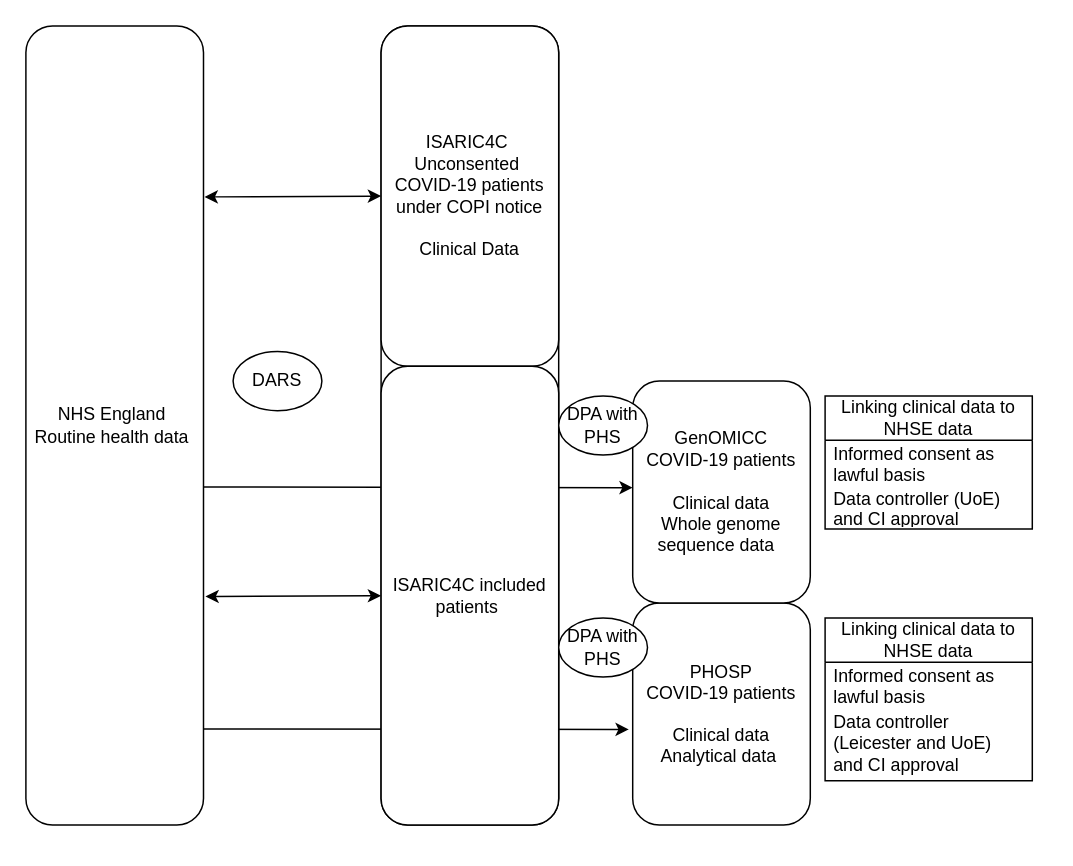
The draw.io diagram images/spine/NHSE.drawio in odap-ac-uk/manual, before the edit. Source tidied: cells renumbered, new cells numbered last; positions are measured from the earlier drawing's top-left corner, leaving out a move shared by most shapes. Both pictures are drawn from the tidied source at 148%, with x=0, y=0 at pixel (25, 25).
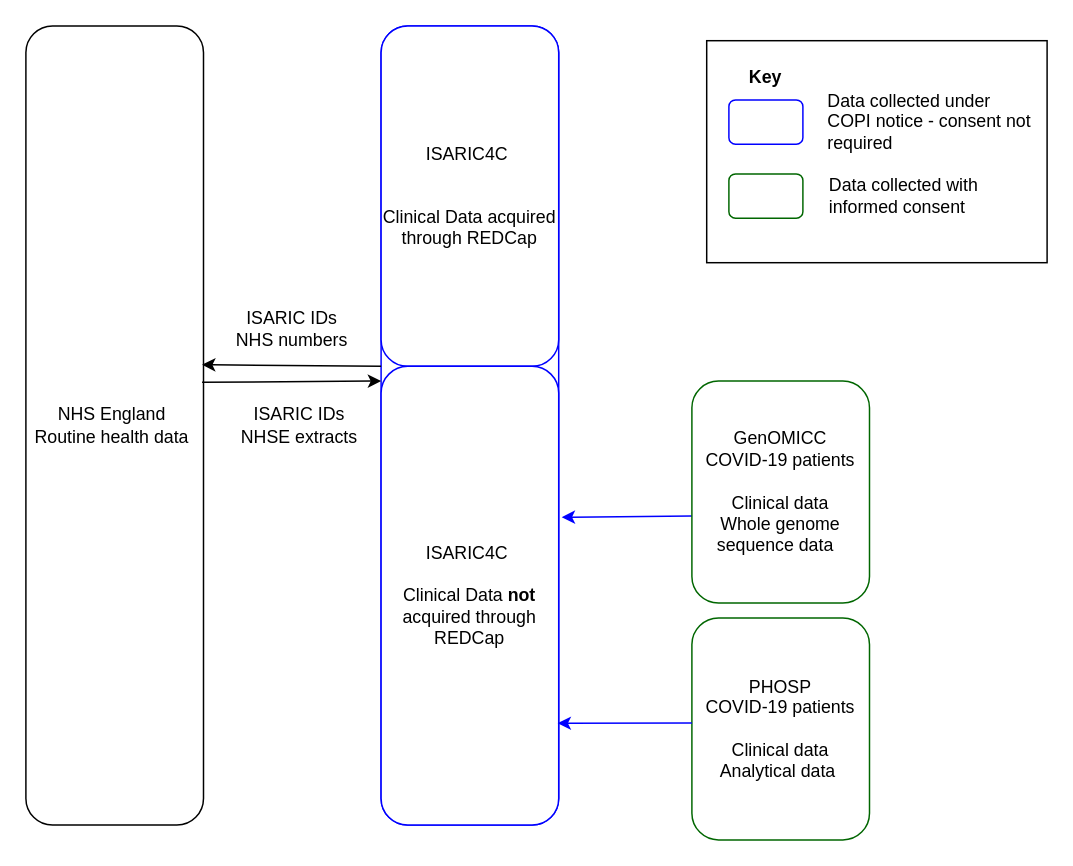
Above is the later version.

Commit message (it also covers changes not shown here):
amended nhse and added detailed data flow

The change refers to these unchanged cells:
```xml
<mxCell id="8" value="NHS England&amp;nbsp;&lt;br&gt;Routine health data&amp;nbsp;" style="rounded=1;whiteSpace=wrap;html=1;" parent="1" vertex="1">
  <mxGeometry width="120" height="540" as="geometry" />
</mxCell>
```

What changed in the source:
```diff
@@
-    <mxCell id="2" style="endArrow=classic;html=1;rounded=0;entryX=-0.022;entryY=0.569;entryDx=0;entryDy=0;entryPerimeter=0;" parent="1" edge="1" target="5">
-      <mxGeometry relative="1" as="geometry">
-        <mxPoint x="120" y="475" as="sourcePoint" />
-      </mxGeometry>
-    </mxCell>
-    <mxCell id="3" style="endArrow=classic;html=1;rounded=0;exitX=1;exitY=0.577;exitDx=0;exitDy=0;exitPerimeter=0;" parent="1" edge="1" source="8">
-      <mxGeometry relative="1" as="geometry">
-        <mxPoint x="410" y="312" as="targetPoint" />
-      </mxGeometry>
-    </mxCell>
+    <mxCell id="21" style="endArrow=classic;html=1;rounded=0;entryX=1.017;entryY=0.329;entryDx=0;entryDy=0;entryPerimeter=0;fontColor=#0000FF;strokeColor=#0000FF;" parent="1" edge="1" target="9">
+      <mxGeometry relative="1" as="geometry">
+        <mxPoint x="560" y="330" as="sourcePoint" />
+      </mxGeometry>
+    </mxCell>
-    <mxCell id="4" style="rounded=1;whiteSpace=wrap;html=1;" parent="1" vertex="1">
+    <mxCell id="4" style="rounded=1;whiteSpace=wrap;html=1;strokeColor=#0000FF;" parent="1" vertex="1">
       <mxGeometry x="240" width="120" height="540" as="geometry" />
     </mxCell>
-    <mxCell id="5" value="PHOSP &lt;br&gt;COVID-19 patients&lt;br&gt;&lt;br&gt;Clinical data&lt;br&gt;Analytical data&amp;nbsp;" style="rounded=1;whiteSpace=wrap;html=1;" parent="1" vertex="1">
-      <mxGeometry x="410" y="390" width="120" height="150" as="geometry" />
+    <mxCell id="5" value="PHOSP &lt;br&gt;COVID-19 patients&lt;br&gt;&lt;br&gt;Clinical data&lt;br&gt;Analytical data&amp;nbsp;" style="rounded=1;whiteSpace=wrap;html=1;fontColor=#000000;strokeColor=#006600;" parent="1" vertex="1">
+      <mxGeometry x="450" y="400" width="120" height="150" as="geometry" />
     </mxCell>
-    <mxCell id="6" value="GenOMICC &lt;br&gt;COVID-19 patients&lt;br&gt;&lt;br&gt;Clinical data&lt;br&gt;Whole genome sequence data&amp;nbsp;&amp;nbsp;" style="rounded=1;whiteSpace=wrap;html=1;" parent="1" vertex="1">
-      <mxGeometry x="410" y="240" width="120" height="150" as="geometry" />
+    <mxCell id="6" value="GenOMICC &lt;br&gt;COVID-19 patients&lt;br&gt;&lt;br&gt;Clinical data&lt;br&gt;Whole genome sequence data&amp;nbsp;&amp;nbsp;" style="rounded=1;whiteSpace=wrap;html=1;fontColor=#000000;strokeColor=#006600;" parent="1" vertex="1">
+      <mxGeometry x="450" y="240" width="120" height="150" as="geometry" />
     </mxCell>
-    <mxCell id="7" value="ISARIC4C&amp;nbsp;&lt;br&gt;Unconsented&amp;nbsp;&lt;br&gt;COVID-19 patients under COPI notice&lt;br&gt;&lt;br&gt;Clinical Data" style="rounded=1;whiteSpace=wrap;html=1;" parent="1" vertex="1">
+    <mxCell id="7" value="ISARIC4C&amp;nbsp;&lt;br&gt;&lt;br&gt;&lt;br&gt;Clinical Data acquired through REDCap" style="rounded=1;whiteSpace=wrap;html=1;strokeColor=#0000FF;" parent="1" vertex="1">
       <mxGeometry x="240" width="120" height="230" as="geometry" />
     </mxCell>
@@
-    <mxCell id="9" value="ISARIC4C included patients&amp;nbsp;" style="rounded=1;whiteSpace=wrap;html=1;" parent="1" vertex="1">
+    <mxCell id="9" value="ISARIC4C&amp;nbsp;&lt;br style=&quot;border-color: var(--border-color);&quot;&gt;&lt;br style=&quot;border-color: var(--border-color);&quot;&gt;Clinical Data &lt;b&gt;not&lt;/b&gt; acquired through REDCap" style="rounded=1;whiteSpace=wrap;html=1;strokeColor=#0000FF;" parent="1" vertex="1">
       <mxGeometry x="240" y="230" width="120" height="310" as="geometry" />
     </mxCell>
-    <mxCell id="10" style="endArrow=classic;startArrow=classic;html=1;rounded=0;entryX=0;entryY=0.5;entryDx=0;entryDy=0;exitX=1.006;exitY=0.214;exitDx=0;exitDy=0;exitPerimeter=0;" parent="1" edge="1" source="8" target="7">
-      <mxGeometry relative="1" as="geometry" />
-    </mxCell>
+    <mxCell id="22" style="endArrow=classic;html=1;rounded=0;entryX=0.994;entryY=0.778;entryDx=0;entryDy=0;entryPerimeter=0;fontColor=#0000FF;strokeColor=#0000FF;" parent="1" edge="1" target="9">
+      <mxGeometry relative="1" as="geometry">
+        <mxPoint x="450" y="471" as="sourcePoint" />
+      </mxGeometry>
+    </mxCell>
+    <mxCell id="23" style="rounded=0;whiteSpace=wrap;html=1;" parent="1" vertex="1">
+      <mxGeometry x="460" y="10" width="230" height="150" as="geometry" />
+    </mxCell>
+    <mxCell id="24" value="Key" style="text;html=1;strokeColor=none;fillColor=none;align=center;verticalAlign=middle;whiteSpace=wrap;rounded=0;fontStyle=1;" parent="1" vertex="1">
+      <mxGeometry x="470" y="20" width="60" height="30" as="geometry" />
+    </mxCell>
+    <mxCell id="25" value="Data collected under COPI notice - consent not required" style="text;html=1;strokeColor=none;fillColor=none;align=left;verticalAlign=middle;whiteSpace=wrap;rounded=0;" parent="1" vertex="1">
+      <mxGeometry x="540" y="50" width="140" height="30" as="geometry" />
+    </mxCell>
+    <mxCell id="26" value="Data collected with informed consent" style="text;html=1;strokeColor=none;fillColor=none;align=left;verticalAlign=middle;whiteSpace=wrap;rounded=0;" parent="1" vertex="1">
+      <mxGeometry x="541" y="100" width="140" height="30" as="geometry" />
+    </mxCell>
+    <mxCell id="27" style="endArrow=classic;html=1;rounded=0;entryX=0.992;entryY=0.424;entryDx=0;entryDy=0;exitX=0;exitY=0;exitDx=0;exitDy=0;entryPerimeter=0;" parent="1" edge="1" source="9" target="8">
+      <mxGeometry relative="1" as="geometry" />
+    </mxCell>
+    <mxCell id="28" value="ISARIC IDs&lt;br&gt;NHS numbers" style="text;html=1;strokeColor=none;fillColor=none;align=center;verticalAlign=middle;whiteSpace=wrap;rounded=0;" parent="1" vertex="1">
+      <mxGeometry x="140" y="190" width="80" height="30" as="geometry" />
+    </mxCell>
+    <mxCell id="29" value="ISARIC IDs&lt;br&gt;NHSE extracts" style="text;html=1;strokeColor=none;fillColor=none;align=center;verticalAlign=middle;whiteSpace=wrap;rounded=0;" parent="1" vertex="1">
+      <mxGeometry x="140" y="255" width="90" height="30" as="geometry" />
+    </mxCell>
-    <mxCell id="11" style="endArrow=classic;startArrow=classic;html=1;rounded=0;entryX=0;entryY=0.5;entryDx=0;entryDy=0;exitX=1.011;exitY=0.714;exitDx=0;exitDy=0;exitPerimeter=0;" parent="1" edge="1" source="8" target="9">
+    <mxCell id="11" style="endArrow=classic;html=1;rounded=0;exitX=0.992;exitY=0.446;exitDx=0;exitDy=0;exitPerimeter=0;entryX=0;entryY=0.032;entryDx=0;entryDy=0;entryPerimeter=0;" parent="1" edge="1" source="8" target="9">
       <mxGeometry relative="1" as="geometry" />
     </mxCell>
-    <mxCell id="12" value="DPA with PHS" style="ellipse;whiteSpace=wrap;html=1;" parent="1" vertex="1">
-      <mxGeometry x="360" y="250" width="60" height="40" as="geometry" />
-    </mxCell>
-    <mxCell id="13" value="DPA with PHS" style="ellipse;whiteSpace=wrap;html=1;" parent="1" vertex="1">
-      <mxGeometry x="360" y="400" width="60" height="40" as="geometry" />
-    </mxCell>
-    <mxCell id="14" value="DARS" style="ellipse;whiteSpace=wrap;html=1;" parent="1" vertex="1">
-      <mxGeometry x="140" y="220" width="60" height="40" as="geometry" />
-    </mxCell>
-    <mxCell id="15" value="Linking clinical data to NHSE data" style="swimlane;fontStyle=0;horizontal=1;startSize=30;whiteSpace=wrap;html=1;" parent="1" vertex="1">
-      <mxGeometry x="540" y="250" width="140" height="90" as="geometry" />
-    </mxCell>
-    <mxCell id="16" value="Informed consent as lawful basis" style="text;strokeColor=none;fillColor=none;align=left;verticalAlign=middle;spacingLeft=4;spacingRight=4;overflow=hidden;whiteSpace=wrap;html=1;" parent="15" vertex="1">
-      <mxGeometry y="30" width="140" height="30" as="geometry" />
-    </mxCell>
-    <mxCell id="17" value="Data controller (UoE) and CI approval" style="text;strokeColor=none;fillColor=none;align=left;verticalAlign=middle;spacingLeft=4;spacingRight=4;overflow=hidden;whiteSpace=wrap;html=1;" parent="15" vertex="1">
-      <mxGeometry y="60" width="140" height="30" as="geometry" />
-    </mxCell>
-    <mxCell id="18" value="Linking clinical data to NHSE data" style="swimlane;fontStyle=0;horizontal=1;startSize=30;whiteSpace=wrap;html=1;" parent="1" vertex="1">
-      <mxGeometry x="540" y="400" width="140" height="110" as="geometry" />
-    </mxCell>
-    <mxCell id="19" value="Informed consent as lawful basis&amp;nbsp;" style="text;strokeColor=none;fillColor=none;align=left;verticalAlign=middle;spacingLeft=4;spacingRight=4;overflow=hidden;whiteSpace=wrap;html=1;" parent="18" vertex="1">
-      <mxGeometry y="30" width="140" height="30" as="geometry" />
-    </mxCell>
-    <mxCell id="20" value="Data controller (Leicester and UoE) and CI approval" style="text;strokeColor=none;fillColor=none;align=left;verticalAlign=middle;spacingLeft=4;spacingRight=4;overflow=hidden;whiteSpace=wrap;html=1;" parent="18" vertex="1">
-      <mxGeometry y="60" width="140" height="50" as="geometry" />
-    </mxCell>
+    <mxCell id="30" style="rounded=1;whiteSpace=wrap;html=1;strokeColor=#0000FF;" parent="1" vertex="1">
+      <mxGeometry x="475" y="50" width="50" height="30" as="geometry" />
+    </mxCell>
+    <mxCell id="31" style="rounded=1;whiteSpace=wrap;html=1;strokeColor=#006600;" parent="1" vertex="1">
+      <mxGeometry x="475" y="100" width="50" height="30" as="geometry" />
+    </mxCell>
```
